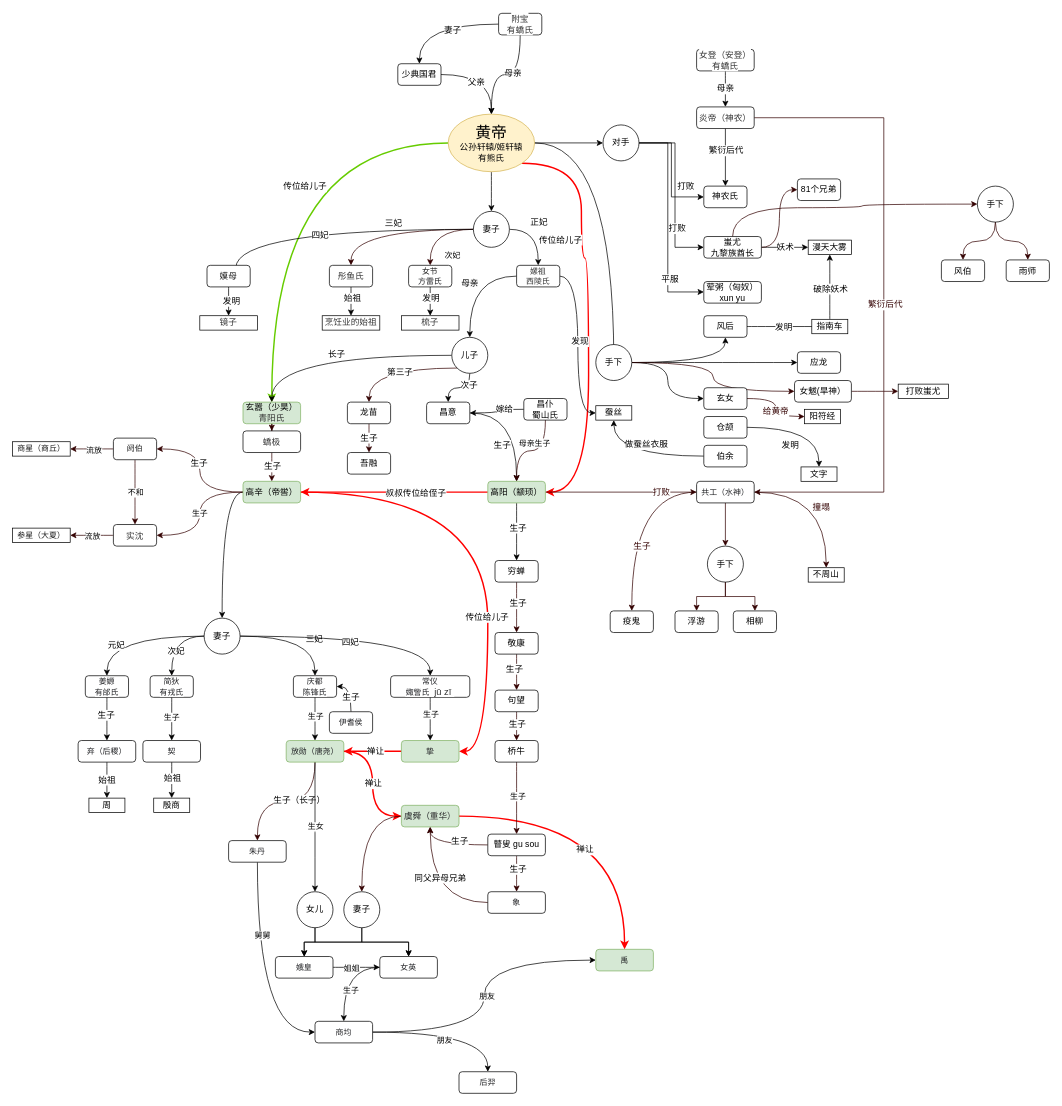
This is page "黄帝" (1 of 4) of 黄帝.drawio from littlebeer/drawio, a draw.io file, before an edit. Source tidied: cells renumbered, new cells numbered last; positions are measured from the earlier drawing's top-left corner, leaving out a move shared by most shapes. Both pictures are drawn from the tidied source at 72%, with x=0, y=0 at pixel (12, 13).
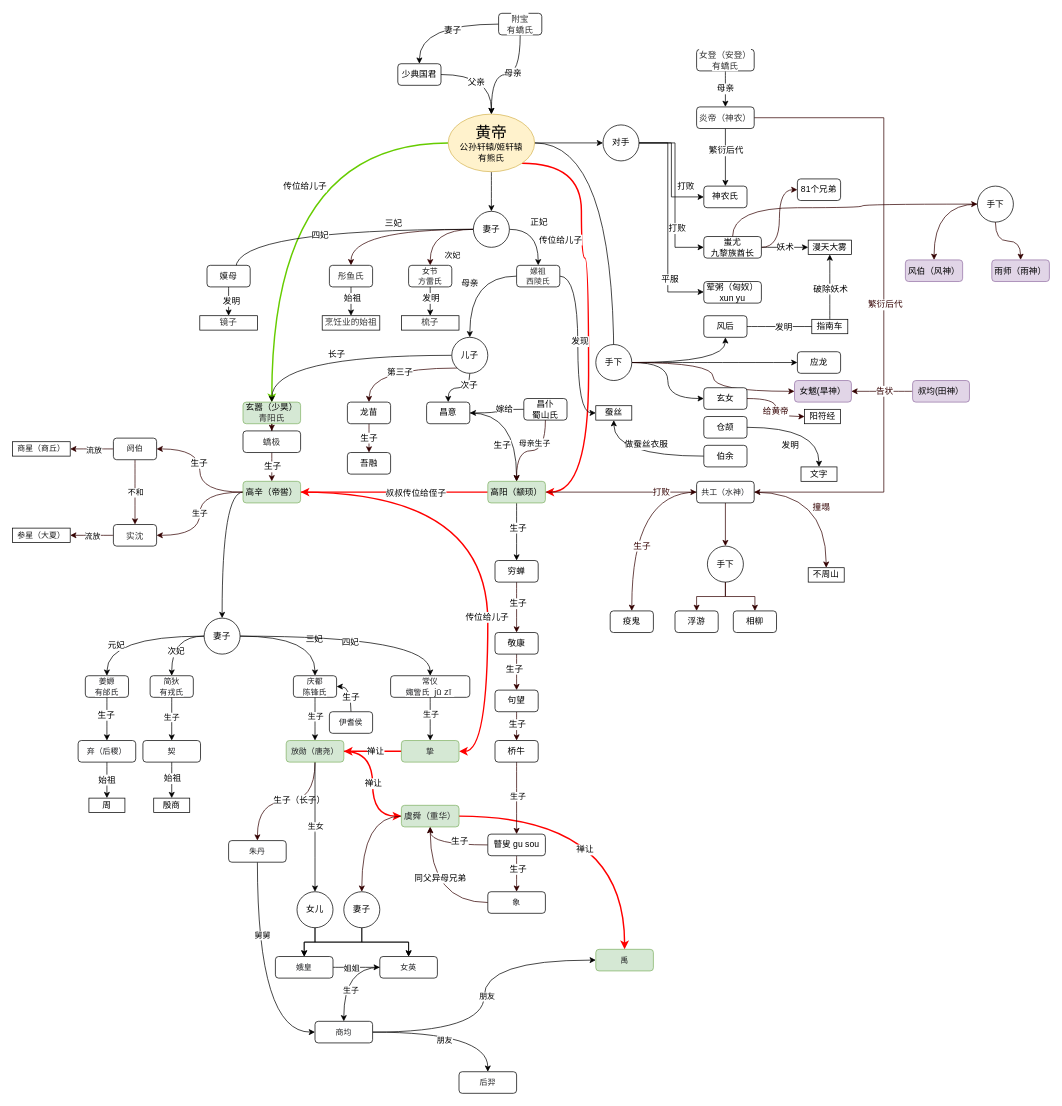
After the change.

The edit, as a diff of the source:
```diff
@@
-    <mxCell id="233" value="风伯" style="rounded=1;whiteSpace=wrap;html=1;fontSize=12;" parent="1" vertex="1">
-      <mxGeometry x="1290" y="342.5" width="60" height="30" as="geometry" />
+    <mxCell id="233" value="风伯（风神）" style="rounded=1;whiteSpace=wrap;html=1;fontSize=12;fillColor=#e1d5e7;strokeColor=#9673a6;" parent="1" vertex="1">
+      <mxGeometry x="1240" y="342.5" width="79.5" height="30" as="geometry" />
     </mxCell>
-    <mxCell id="234" value="雨师" style="rounded=1;whiteSpace=wrap;html=1;fontSize=12;" parent="1" vertex="1">
-      <mxGeometry x="1380" y="342.5" width="60" height="30" as="geometry" />
+    <mxCell id="234" value="雨师（雨神）" style="rounded=1;whiteSpace=wrap;html=1;fontSize=12;fillColor=#e1d5e7;strokeColor=#9673a6;" parent="1" vertex="1">
+      <mxGeometry x="1360" y="342.5" width="80" height="30" as="geometry" />
     </mxCell>
@@
-    <mxCell id="238" style="edgeStyle=orthogonalEdgeStyle;curved=1;rounded=0;jettySize=auto;html=1;entryX=0;entryY=0.5;entryDx=0;entryDy=0;fontSize=12;fontColor=#330000;strokeColor=#330000;strokeWidth=1;" parent="1" edge="1" source="239" target="240">
-      <mxGeometry relative="1" as="geometry" />
-    </mxCell>
-    <mxCell id="239" value="女魃(旱神）" style="rounded=1;whiteSpace=wrap;html=1;fontSize=12;" parent="1" vertex="1">
+    <mxCell id="239" value="女魃(旱神）" style="rounded=1;whiteSpace=wrap;html=1;fontSize=12;fillColor=#e1d5e7;strokeColor=#9673a6;" parent="1" vertex="1">
       <mxGeometry x="1086" y="510" width="79" height="30" as="geometry" />
     </mxCell>
-    <mxCell id="240" value="打败蚩尤" style="rounded=0;whiteSpace=wrap;html=1;fontSize=12;" parent="1" vertex="1">
-      <mxGeometry x="1230" y="515" width="70" height="20" as="geometry" />
-    </mxCell>
@@
+    <mxCell id="243" style="edgeStyle=orthogonalEdgeStyle;curved=1;rounded=0;jettySize=auto;html=1;fontSize=12;fontColor=#330000;strokeColor=#330000;strokeWidth=1;" parent="1" edge="1" source="245" target="239">
+      <mxGeometry relative="1" as="geometry" />
+    </mxCell>
+    <mxCell id="244" value="告状" style="edgeLabel;html=1;align=center;verticalAlign=middle;fontSize=12;fontColor=#330000;" parent="243" vertex="1">
+      <mxGeometry x="-0.08" y="-1" relative="1" as="geometry">
+        <mxPoint x="-1" as="offset" />
+      </mxGeometry>
+    </mxCell>
+    <mxCell id="245" value="叔均(田神）" style="rounded=1;whiteSpace=wrap;html=1;fontSize=12;fillColor=#e1d5e7;strokeColor=#9673a6;" parent="1" vertex="1">
+      <mxGeometry x="1250" y="510" width="79" height="30" as="geometry" />
+    </mxCell>
```
